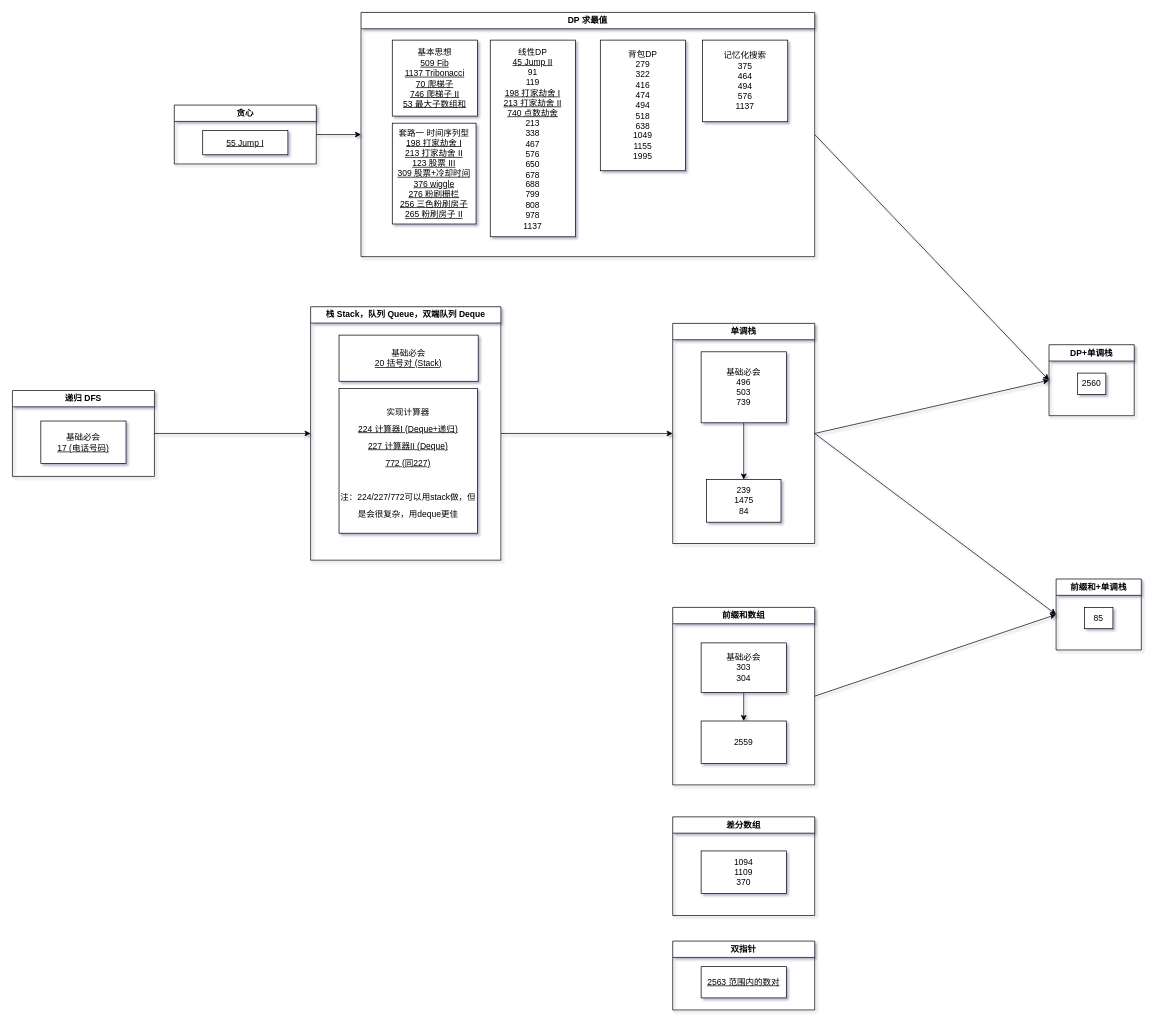
Earlier version of the draw.io diagram drawio/map.drawio (jssonx/algo-playground). Source tidied: cells renumbered, new cells numbered last; positions are measured from the earlier drawing's top-left corner, leaving out a move shared by most shapes. Both pictures are drawn from the tidied source at 71%, with x=0, y=0 at pixel (12, 12).
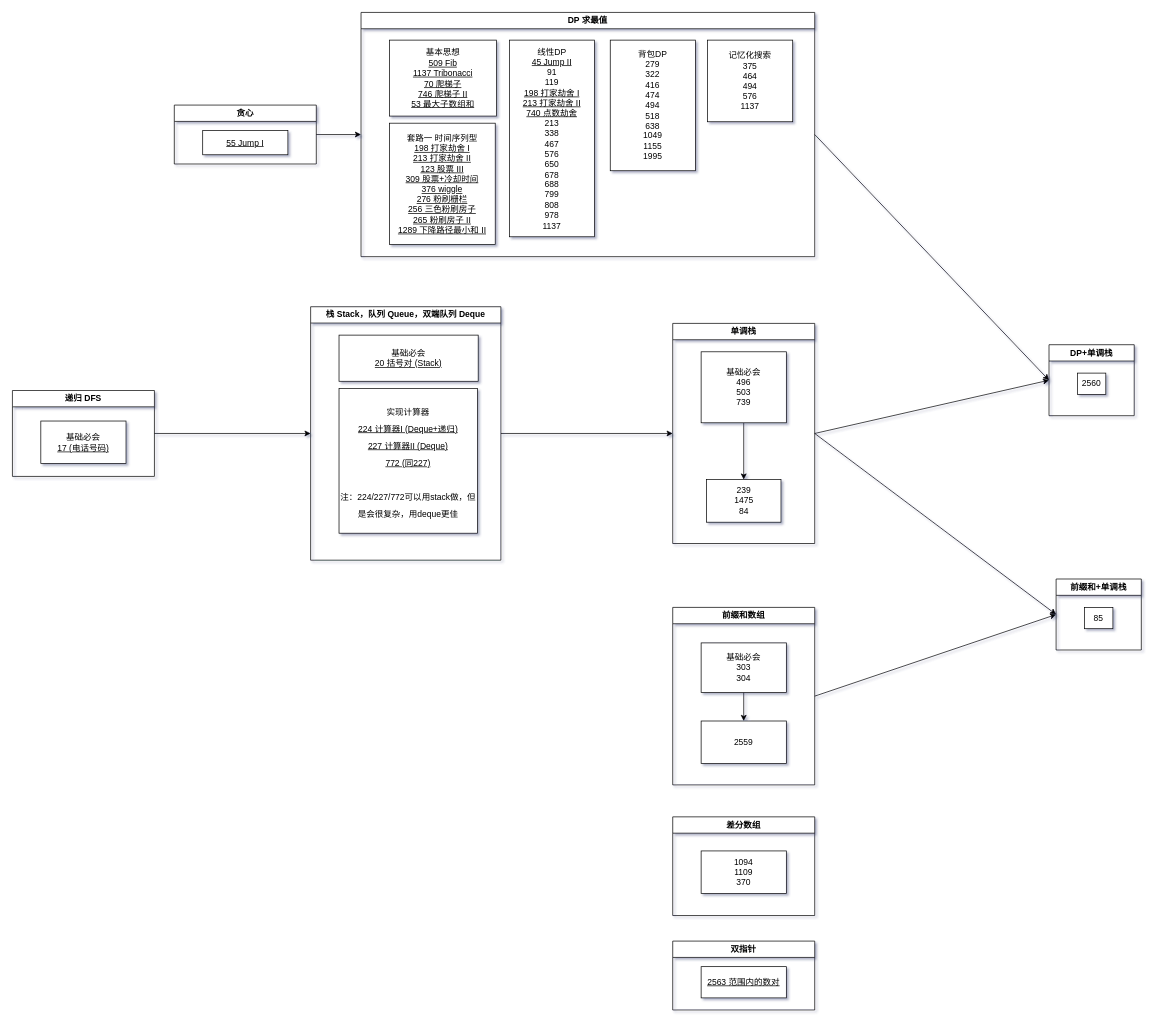
The same page after the edit.

The change refers to these unchanged cells:
```xml
<mxCell id="18" value="DP 求最值" style="swimlane;whiteSpace=wrap;html=1;rounded=0;" parent="1" vertex="1">
  <mxGeometry x="491" width="639" height="344" as="geometry" />
</mxCell>
```

The edit, as a diff of the source:
```diff
@@
     <mxCell id="19" value="背包DP&lt;br&gt;279&lt;br&gt;322&lt;br&gt;416&lt;br&gt;474&lt;br&gt;494&lt;br&gt;518&lt;br&gt;638&lt;br&gt;1049&lt;br&gt;1155&lt;br&gt;1995&lt;br&gt;" style="whiteSpace=wrap;html=1;" parent="18" vertex="1">
-      <mxGeometry x="337" y="39" width="120" height="184" as="geometry" />
+      <mxGeometry x="351" y="39" width="120" height="184" as="geometry" />
     </mxCell>
     <mxCell id="20" value="记忆化搜索&lt;br&gt;375&lt;br&gt;464&lt;br&gt;494&lt;br&gt;576&lt;br&gt;1137" style="whiteSpace=wrap;html=1;" parent="18" vertex="1">
-      <mxGeometry x="481" y="39" width="120" height="115" as="geometry" />
+      <mxGeometry x="488" y="39" width="120" height="115" as="geometry" />
     </mxCell>
     <mxCell id="21" value="基本思想&lt;br&gt;&lt;u&gt;509 Fib&lt;br&gt;1137 Tribonacci&lt;br&gt;70 爬梯子&lt;br&gt;746 爬梯子 II&lt;br&gt;53 最大子数组和&lt;br&gt;&lt;/u&gt;" style="whiteSpace=wrap;html=1;" parent="18" vertex="1">
-      <mxGeometry x="44" y="39" width="120" height="107" as="geometry" />
+      <mxGeometry x="40" y="39" width="151" height="107" as="geometry" />
     </mxCell>
-    <mxCell id="22" value="套路一 时间序列型&lt;br&gt;&lt;u&gt;198 打家劫舍 I&lt;/u&gt;&lt;br&gt;&lt;u&gt;213 打家劫舍 II&lt;/u&gt;&lt;br&gt;&lt;u&gt;123 股票 III&lt;br&gt;309 股票+冷却时间&lt;br&gt;376 wiggle&lt;br&gt;276 粉刷栅栏&lt;br&gt;256 三色粉刷房子&lt;br&gt;265 粉刷房子 II&lt;br&gt;&lt;/u&gt;" style="whiteSpace=wrap;html=1;" parent="18" vertex="1">
-      <mxGeometry x="44" y="156" width="118" height="142" as="geometry" />
+    <mxCell id="22" value="套路一 时间序列型&lt;br&gt;&lt;u&gt;198 打家劫舍 I&lt;/u&gt;&lt;br&gt;&lt;u&gt;213 打家劫舍 II&lt;/u&gt;&lt;br&gt;&lt;u&gt;123 股票 III&lt;br&gt;309 股票+冷却时间&lt;br&gt;376 wiggle&lt;br&gt;276 粉刷栅栏&lt;br&gt;256 三色粉刷房子&lt;br&gt;265 粉刷房子 II&lt;br&gt;1289 下降路径最小和 II&lt;br&gt;&lt;/u&gt;" style="whiteSpace=wrap;html=1;" parent="18" vertex="1">
+      <mxGeometry x="40" y="156" width="149" height="171" as="geometry" />
     </mxCell>
@@
     <mxCell id="32" value="线性DP&lt;br&gt;&lt;u&gt;45 Jump II&lt;br&gt;&lt;/u&gt;91&lt;br&gt;119&lt;br&gt;&lt;u&gt;198 打家劫舍 I&lt;br&gt;213 打家劫舍 II&lt;br&gt;&lt;/u&gt;&lt;u&gt;740 点数劫舍&lt;/u&gt;&lt;br&gt;213&lt;br&gt;338&lt;br&gt;467&lt;br&gt;576&lt;br&gt;650&lt;br&gt;678&lt;br&gt;688&lt;br&gt;799&lt;br&gt;808&lt;br&gt;978&lt;br&gt;1137" style="whiteSpace=wrap;html=1;" parent="1" vertex="1">
-      <mxGeometry x="673" y="39" width="120" height="277" as="geometry" />
+      <mxGeometry x="700" y="39" width="120" height="277" as="geometry" />
     </mxCell>
```
